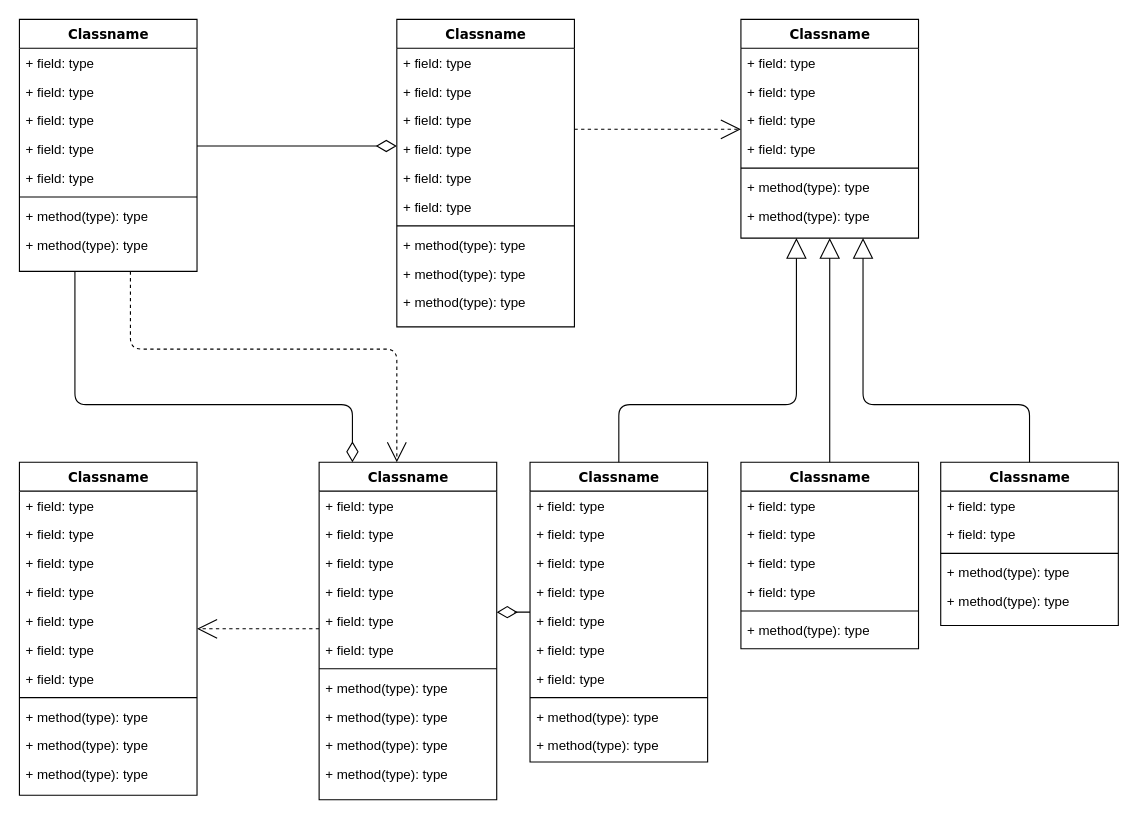
HumanPseudo/gitprueba keeps this draw.io diagram as test.drawio. Above is the earlier version. Source tidied: cells renumbered, new cells numbered last; positions are measured from the earlier drawing's top-left corner, leaving out a move shared by most shapes. Both pictures are drawn from the tidied source at 111%, with x=0, y=0 at pixel (19, 19).
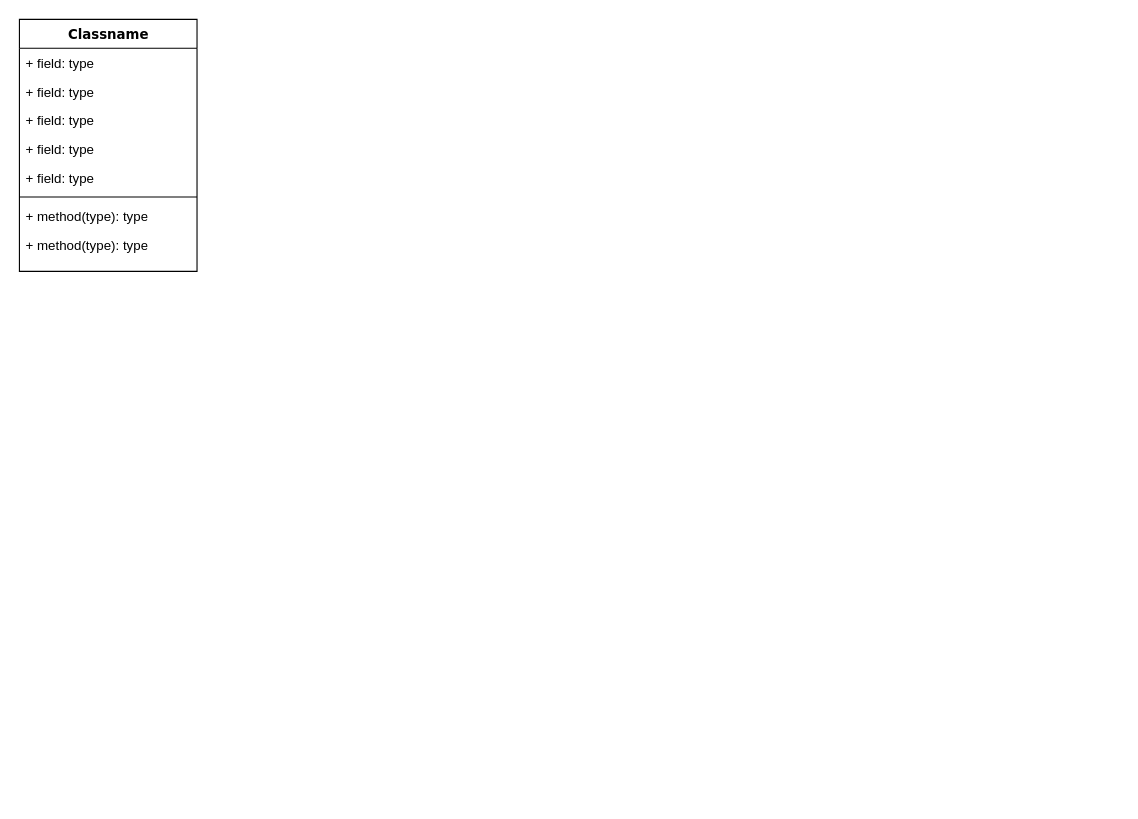
The same page after the edit.

The change refers to these unchanged cells:
```xml
<mxCell id="4" value="Classname" style="swimlane;html=1;fontStyle=1;align=center;verticalAlign=top;horizontal=1;startSize=26;swimlaneFillColor=#ffffff;rounded=0;shadow=0;comic=0;labelBackgroundColor=none;strokeWidth=1;fillColor=none;fontFamily=Verdana;fontSize=12;" parent="1" vertex="1">
  <mxGeometry width="160" height="227" as="geometry" />
</mxCell>
```

Diff of the diagram source:
```diff
@@
-    <mxCell id="2" style="edgeStyle=orthogonalEdgeStyle;html=1;labelBackgroundColor=none;startFill=0;startSize=8;endArrow=open;endFill=0;endSize=16;fontFamily=Verdana;fontSize=12;dashed=1;" parent="1" edge="1" source="4" target="47">
-      <mxGeometry relative="1" as="geometry">
-        <Array as="points">
-          <mxPoint x="100" y="297" />
-          <mxPoint x="340" y="297" />
-        </Array>
-      </mxGeometry>
-    </mxCell>
-    <mxCell id="3" style="edgeStyle=orthogonalEdgeStyle;html=1;labelBackgroundColor=none;startFill=0;startSize=8;endArrow=diamondThin;endFill=0;endSize=16;fontFamily=Verdana;fontSize=12;" parent="1" edge="1" source="4" target="47">
-      <mxGeometry relative="1" as="geometry">
-        <Array as="points">
-          <mxPoint x="50" y="347" />
-          <mxPoint x="300" y="347" />
-        </Array>
-      </mxGeometry>
-    </mxCell>
@@
-    <mxCell id="13" style="edgeStyle=elbowEdgeStyle;html=1;labelBackgroundColor=none;startFill=0;startSize=8;endArrow=open;endFill=0;endSize=16;fontFamily=Verdana;fontSize=12;elbow=vertical;dashed=1;" parent="1" edge="1" source="14" target="25">
-      <mxGeometry relative="1" as="geometry" />
-    </mxCell>
-    <mxCell id="14" value="Classname" style="swimlane;html=1;fontStyle=1;align=center;verticalAlign=top;horizontal=1;startSize=26;swimlaneFillColor=#ffffff;rounded=0;shadow=0;comic=0;labelBackgroundColor=none;strokeWidth=1;fillColor=none;fontFamily=Verdana;fontSize=12;" parent="1" vertex="1">
-      <mxGeometry x="340" width="160" height="277" as="geometry" />
-    </mxCell>
-    <mxCell id="15" value="+ field: type" style="text;html=1;strokeColor=none;fillColor=none;align=left;verticalAlign=top;spacingLeft=4;spacingRight=4;whiteSpace=wrap;overflow=hidden;" parent="14" vertex="1">
-      <mxGeometry y="26" width="160" height="26" as="geometry" />
-    </mxCell>
-    <mxCell id="16" value="+ field: type" style="text;html=1;strokeColor=none;fillColor=none;align=left;verticalAlign=top;spacingLeft=4;spacingRight=4;whiteSpace=wrap;overflow=hidden;" parent="14" vertex="1">
-      <mxGeometry y="52" width="160" height="26" as="geometry" />
-    </mxCell>
-    <mxCell id="17" value="+ field: type" style="text;html=1;strokeColor=none;fillColor=none;align=left;verticalAlign=top;spacingLeft=4;spacingRight=4;whiteSpace=wrap;overflow=hidden;" parent="14" vertex="1">
-      <mxGeometry y="78" width="160" height="26" as="geometry" />
-    </mxCell>
-    <mxCell id="18" value="+ field: type" style="text;html=1;strokeColor=none;fillColor=none;align=left;verticalAlign=top;spacingLeft=4;spacingRight=4;whiteSpace=wrap;overflow=hidden;" parent="14" vertex="1">
-      <mxGeometry y="104" width="160" height="26" as="geometry" />
-    </mxCell>
-    <mxCell id="19" value="+ field: type" style="text;html=1;strokeColor=none;fillColor=none;align=left;verticalAlign=top;spacingLeft=4;spacingRight=4;whiteSpace=wrap;overflow=hidden;" parent="14" vertex="1">
-      <mxGeometry y="130" width="160" height="26" as="geometry" />
-    </mxCell>
-    <mxCell id="20" value="+ field: type" style="text;html=1;strokeColor=none;fillColor=none;align=left;verticalAlign=top;spacingLeft=4;spacingRight=4;whiteSpace=wrap;overflow=hidden;" parent="14" vertex="1">
-      <mxGeometry y="156" width="160" height="26" as="geometry" />
-    </mxCell>
-    <mxCell id="21" style="line;html=1;strokeWidth=1;fillColor=none;align=left;verticalAlign=middle;spacingTop=-1;spacingLeft=3;spacingRight=3;labelPosition=right;" parent="14" vertex="1">
-      <mxGeometry y="182" width="160" height="8" as="geometry" />
-    </mxCell>
-    <mxCell id="22" value="+ method(type): type" style="text;html=1;strokeColor=none;fillColor=none;align=left;verticalAlign=top;spacingLeft=4;spacingRight=4;whiteSpace=wrap;overflow=hidden;" parent="14" vertex="1">
-      <mxGeometry y="190" width="160" height="26" as="geometry" />
-    </mxCell>
-    <mxCell id="23" value="+ method(type): type" style="text;html=1;strokeColor=none;fillColor=none;align=left;verticalAlign=top;spacingLeft=4;spacingRight=4;whiteSpace=wrap;overflow=hidden;" parent="14" vertex="1">
-      <mxGeometry y="216" width="160" height="26" as="geometry" />
-    </mxCell>
-    <mxCell id="24" value="+ method(type): type" style="text;html=1;strokeColor=none;fillColor=none;align=left;verticalAlign=top;spacingLeft=4;spacingRight=4;whiteSpace=wrap;overflow=hidden;" parent="14" vertex="1">
-      <mxGeometry y="242" width="160" height="26" as="geometry" />
-    </mxCell>
-    <mxCell id="25" value="Classname" style="swimlane;html=1;fontStyle=1;align=center;verticalAlign=top;horizontal=1;startSize=26;swimlaneFillColor=#ffffff;rounded=0;shadow=0;comic=0;labelBackgroundColor=none;strokeWidth=1;fillColor=none;fontFamily=Verdana;fontSize=12;" parent="1" vertex="1">
-      <mxGeometry x="650" width="160" height="197" as="geometry" />
-    </mxCell>
-    <mxCell id="26" value="+ field: type" style="text;html=1;strokeColor=none;fillColor=none;align=left;verticalAlign=top;spacingLeft=4;spacingRight=4;whiteSpace=wrap;overflow=hidden;" parent="25" vertex="1">
-      <mxGeometry y="26" width="160" height="26" as="geometry" />
-    </mxCell>
-    <mxCell id="27" value="+ field: type" style="text;html=1;strokeColor=none;fillColor=none;align=left;verticalAlign=top;spacingLeft=4;spacingRight=4;whiteSpace=wrap;overflow=hidden;" parent="25" vertex="1">
-      <mxGeometry y="52" width="160" height="26" as="geometry" />
-    </mxCell>
-    <mxCell id="28" value="+ field: type" style="text;html=1;strokeColor=none;fillColor=none;align=left;verticalAlign=top;spacingLeft=4;spacingRight=4;whiteSpace=wrap;overflow=hidden;" parent="25" vertex="1">
-      <mxGeometry y="78" width="160" height="26" as="geometry" />
-    </mxCell>
-    <mxCell id="29" value="+ field: type" style="text;html=1;strokeColor=none;fillColor=none;align=left;verticalAlign=top;spacingLeft=4;spacingRight=4;whiteSpace=wrap;overflow=hidden;" parent="25" vertex="1">
-      <mxGeometry y="104" width="160" height="26" as="geometry" />
-    </mxCell>
-    <mxCell id="30" style="line;html=1;strokeWidth=1;fillColor=none;align=left;verticalAlign=middle;spacingTop=-1;spacingLeft=3;spacingRight=3;labelPosition=right;" parent="25" vertex="1">
-      <mxGeometry y="130" width="160" height="8" as="geometry" />
-    </mxCell>
-    <mxCell id="31" value="+ method(type): type" style="text;html=1;strokeColor=none;fillColor=none;align=left;verticalAlign=top;spacingLeft=4;spacingRight=4;whiteSpace=wrap;overflow=hidden;" parent="25" vertex="1">
-      <mxGeometry y="138" width="160" height="26" as="geometry" />
-    </mxCell>
-    <mxCell id="32" value="+ method(type): type" style="text;html=1;strokeColor=none;fillColor=none;align=left;verticalAlign=top;spacingLeft=4;spacingRight=4;whiteSpace=wrap;overflow=hidden;" parent="25" vertex="1">
-      <mxGeometry y="164" width="160" height="26" as="geometry" />
-    </mxCell>
-    <mxCell id="33" style="edgeStyle=elbowEdgeStyle;html=1;labelBackgroundColor=none;startFill=0;startSize=8;endArrow=open;endFill=0;endSize=16;fontFamily=Verdana;fontSize=12;elbow=vertical;dashed=1;" parent="1" edge="1" source="47" target="34">
-      <mxGeometry relative="1" as="geometry" />
-    </mxCell>
-    <mxCell id="34" value="Classname" style="swimlane;html=1;fontStyle=1;align=center;verticalAlign=top;horizontal=1;startSize=26;swimlaneFillColor=#ffffff;rounded=0;shadow=0;comic=0;labelBackgroundColor=none;strokeWidth=1;fillColor=none;fontFamily=Verdana;fontSize=12;" parent="1" vertex="1">
-      <mxGeometry y="399" width="160" height="300" as="geometry" />
-    </mxCell>
-    <mxCell id="35" value="+ field: type" style="text;html=1;strokeColor=none;fillColor=none;align=left;verticalAlign=top;spacingLeft=4;spacingRight=4;whiteSpace=wrap;overflow=hidden;" parent="34" vertex="1">
-      <mxGeometry y="26" width="160" height="26" as="geometry" />
-    </mxCell>
-    <mxCell id="36" value="+ field: type" style="text;html=1;strokeColor=none;fillColor=none;align=left;verticalAlign=top;spacingLeft=4;spacingRight=4;whiteSpace=wrap;overflow=hidden;" parent="34" vertex="1">
-      <mxGeometry y="52" width="160" height="26" as="geometry" />
-    </mxCell>
-    <mxCell id="37" value="+ field: type" style="text;html=1;strokeColor=none;fillColor=none;align=left;verticalAlign=top;spacingLeft=4;spacingRight=4;whiteSpace=wrap;overflow=hidden;" parent="34" vertex="1">
-      <mxGeometry y="78" width="160" height="26" as="geometry" />
-    </mxCell>
-    <mxCell id="38" value="+ field: type" style="text;html=1;strokeColor=none;fillColor=none;align=left;verticalAlign=top;spacingLeft=4;spacingRight=4;whiteSpace=wrap;overflow=hidden;" parent="34" vertex="1">
-      <mxGeometry y="104" width="160" height="26" as="geometry" />
-    </mxCell>
-    <mxCell id="39" value="+ field: type" style="text;html=1;strokeColor=none;fillColor=none;align=left;verticalAlign=top;spacingLeft=4;spacingRight=4;whiteSpace=wrap;overflow=hidden;" parent="34" vertex="1">
-      <mxGeometry y="130" width="160" height="26" as="geometry" />
-    </mxCell>
-    <mxCell id="40" value="+ field: type" style="text;html=1;strokeColor=none;fillColor=none;align=left;verticalAlign=top;spacingLeft=4;spacingRight=4;whiteSpace=wrap;overflow=hidden;" parent="34" vertex="1">
-      <mxGeometry y="156" width="160" height="26" as="geometry" />
-    </mxCell>
-    <mxCell id="41" value="+ field: type" style="text;html=1;strokeColor=none;fillColor=none;align=left;verticalAlign=top;spacingLeft=4;spacingRight=4;whiteSpace=wrap;overflow=hidden;" parent="34" vertex="1">
-      <mxGeometry y="182" width="160" height="26" as="geometry" />
-    </mxCell>
-    <mxCell id="42" style="line;html=1;strokeWidth=1;fillColor=none;align=left;verticalAlign=middle;spacingTop=-1;spacingLeft=3;spacingRight=3;labelPosition=right;" parent="34" vertex="1">
-      <mxGeometry y="208" width="160" height="8" as="geometry" />
-    </mxCell>
-    <mxCell id="43" value="+ method(type): type" style="text;html=1;strokeColor=none;fillColor=none;align=left;verticalAlign=top;spacingLeft=4;spacingRight=4;whiteSpace=wrap;overflow=hidden;" parent="34" vertex="1">
-      <mxGeometry y="216" width="160" height="26" as="geometry" />
-    </mxCell>
-    <mxCell id="44" value="+ method(type): type" style="text;html=1;strokeColor=none;fillColor=none;align=left;verticalAlign=top;spacingLeft=4;spacingRight=4;whiteSpace=wrap;overflow=hidden;" parent="34" vertex="1">
-      <mxGeometry y="242" width="160" height="26" as="geometry" />
-    </mxCell>
-    <mxCell id="45" value="+ method(type): type" style="text;html=1;strokeColor=none;fillColor=none;align=left;verticalAlign=top;spacingLeft=4;spacingRight=4;whiteSpace=wrap;overflow=hidden;" parent="34" vertex="1">
-      <mxGeometry y="268" width="160" height="26" as="geometry" />
-    </mxCell>
-    <mxCell id="46" style="edgeStyle=elbowEdgeStyle;html=1;labelBackgroundColor=none;startFill=0;startSize=8;endArrow=diamondThin;endFill=0;endSize=16;fontFamily=Verdana;fontSize=12;elbow=vertical;" parent="1" edge="1" source="60" target="47">
-      <mxGeometry relative="1" as="geometry" />
-    </mxCell>
-    <mxCell id="47" value="Classname" style="swimlane;html=1;fontStyle=1;align=center;verticalAlign=top;horizontal=1;startSize=26;swimlaneFillColor=#ffffff;rounded=0;shadow=0;comic=0;labelBackgroundColor=none;strokeWidth=1;fillColor=none;fontFamily=Verdana;fontSize=12;" parent="1" vertex="1">
-      <mxGeometry x="270" y="399" width="160" height="304" as="geometry" />
-    </mxCell>
-    <mxCell id="48" value="+ field: type" style="text;html=1;strokeColor=none;fillColor=none;align=left;verticalAlign=top;spacingLeft=4;spacingRight=4;whiteSpace=wrap;overflow=hidden;" parent="47" vertex="1">
-      <mxGeometry y="26" width="160" height="26" as="geometry" />
-    </mxCell>
-    <mxCell id="49" value="+ field: type" style="text;html=1;strokeColor=none;fillColor=none;align=left;verticalAlign=top;spacingLeft=4;spacingRight=4;whiteSpace=wrap;overflow=hidden;" parent="47" vertex="1">
-      <mxGeometry y="52" width="160" height="26" as="geometry" />
-    </mxCell>
-    <mxCell id="50" value="+ field: type" style="text;html=1;strokeColor=none;fillColor=none;align=left;verticalAlign=top;spacingLeft=4;spacingRight=4;whiteSpace=wrap;overflow=hidden;" parent="47" vertex="1">
-      <mxGeometry y="78" width="160" height="26" as="geometry" />
-    </mxCell>
-    <mxCell id="51" value="+ field: type" style="text;html=1;strokeColor=none;fillColor=none;align=left;verticalAlign=top;spacingLeft=4;spacingRight=4;whiteSpace=wrap;overflow=hidden;" parent="47" vertex="1">
-      <mxGeometry y="104" width="160" height="26" as="geometry" />
-    </mxCell>
-    <mxCell id="52" value="+ field: type" style="text;html=1;strokeColor=none;fillColor=none;align=left;verticalAlign=top;spacingLeft=4;spacingRight=4;whiteSpace=wrap;overflow=hidden;" parent="47" vertex="1">
-      <mxGeometry y="130" width="160" height="26" as="geometry" />
-    </mxCell>
-    <mxCell id="53" value="+ field: type" style="text;html=1;strokeColor=none;fillColor=none;align=left;verticalAlign=top;spacingLeft=4;spacingRight=4;whiteSpace=wrap;overflow=hidden;" parent="47" vertex="1">
-      <mxGeometry y="156" width="160" height="26" as="geometry" />
-    </mxCell>
-    <mxCell id="54" style="line;html=1;strokeWidth=1;fillColor=none;align=left;verticalAlign=middle;spacingTop=-1;spacingLeft=3;spacingRight=3;labelPosition=right;" parent="47" vertex="1">
-      <mxGeometry y="182" width="160" height="8" as="geometry" />
-    </mxCell>
-    <mxCell id="55" value="+ method(type): type" style="text;html=1;strokeColor=none;fillColor=none;align=left;verticalAlign=top;spacingLeft=4;spacingRight=4;whiteSpace=wrap;overflow=hidden;" parent="47" vertex="1">
-      <mxGeometry y="190" width="160" height="26" as="geometry" />
-    </mxCell>
-    <mxCell id="56" value="+ method(type): type" style="text;html=1;strokeColor=none;fillColor=none;align=left;verticalAlign=top;spacingLeft=4;spacingRight=4;whiteSpace=wrap;overflow=hidden;" parent="47" vertex="1">
-      <mxGeometry y="216" width="160" height="26" as="geometry" />
-    </mxCell>
-    <mxCell id="57" value="+ method(type): type" style="text;html=1;strokeColor=none;fillColor=none;align=left;verticalAlign=top;spacingLeft=4;spacingRight=4;whiteSpace=wrap;overflow=hidden;" parent="47" vertex="1">
-      <mxGeometry y="242" width="160" height="26" as="geometry" />
-    </mxCell>
-    <mxCell id="58" value="+ method(type): type" style="text;html=1;strokeColor=none;fillColor=none;align=left;verticalAlign=top;spacingLeft=4;spacingRight=4;whiteSpace=wrap;overflow=hidden;" parent="47" vertex="1">
-      <mxGeometry y="268" width="160" height="26" as="geometry" />
-    </mxCell>
-    <mxCell id="59" style="edgeStyle=orthogonalEdgeStyle;html=1;labelBackgroundColor=none;startFill=0;startSize=8;endArrow=block;endFill=0;endSize=16;fontFamily=Verdana;fontSize=12;" parent="1" edge="1" source="60" target="25">
-      <mxGeometry relative="1" as="geometry">
-        <Array as="points">
-          <mxPoint x="540" y="347" />
-          <mxPoint x="700" y="347" />
-        </Array>
-      </mxGeometry>
-    </mxCell>
-    <mxCell id="60" value="Classname" style="swimlane;html=1;fontStyle=1;align=center;verticalAlign=top;horizontal=1;startSize=26;swimlaneFillColor=#ffffff;rounded=0;shadow=0;comic=0;labelBackgroundColor=none;strokeWidth=1;fillColor=none;fontFamily=Verdana;fontSize=12;" parent="1" vertex="1">
-      <mxGeometry x="460" y="399" width="160" height="270" as="geometry" />
-    </mxCell>
-    <mxCell id="61" value="+ field: type" style="text;html=1;strokeColor=none;fillColor=none;align=left;verticalAlign=top;spacingLeft=4;spacingRight=4;whiteSpace=wrap;overflow=hidden;" parent="60" vertex="1">
-      <mxGeometry y="26" width="160" height="26" as="geometry" />
-    </mxCell>
-    <mxCell id="62" value="+ field: type" style="text;html=1;strokeColor=none;fillColor=none;align=left;verticalAlign=top;spacingLeft=4;spacingRight=4;whiteSpace=wrap;overflow=hidden;" parent="60" vertex="1">
-      <mxGeometry y="52" width="160" height="26" as="geometry" />
-    </mxCell>
-    <mxCell id="63" value="+ field: type" style="text;html=1;strokeColor=none;fillColor=none;align=left;verticalAlign=top;spacingLeft=4;spacingRight=4;whiteSpace=wrap;overflow=hidden;" parent="60" vertex="1">
-      <mxGeometry y="78" width="160" height="26" as="geometry" />
-    </mxCell>
-    <mxCell id="64" value="+ field: type" style="text;html=1;strokeColor=none;fillColor=none;align=left;verticalAlign=top;spacingLeft=4;spacingRight=4;whiteSpace=wrap;overflow=hidden;" parent="60" vertex="1">
-      <mxGeometry y="104" width="160" height="26" as="geometry" />
-    </mxCell>
-    <mxCell id="65" value="+ field: type" style="text;html=1;strokeColor=none;fillColor=none;align=left;verticalAlign=top;spacingLeft=4;spacingRight=4;whiteSpace=wrap;overflow=hidden;" parent="60" vertex="1">
-      <mxGeometry y="130" width="160" height="26" as="geometry" />
-    </mxCell>
-    <mxCell id="66" value="+ field: type" style="text;html=1;strokeColor=none;fillColor=none;align=left;verticalAlign=top;spacingLeft=4;spacingRight=4;whiteSpace=wrap;overflow=hidden;" parent="60" vertex="1">
-      <mxGeometry y="156" width="160" height="26" as="geometry" />
-    </mxCell>
-    <mxCell id="67" value="+ field: type" style="text;html=1;strokeColor=none;fillColor=none;align=left;verticalAlign=top;spacingLeft=4;spacingRight=4;whiteSpace=wrap;overflow=hidden;" parent="60" vertex="1">
-      <mxGeometry y="182" width="160" height="26" as="geometry" />
-    </mxCell>
-    <mxCell id="68" style="line;html=1;strokeWidth=1;fillColor=none;align=left;verticalAlign=middle;spacingTop=-1;spacingLeft=3;spacingRight=3;labelPosition=right;" parent="60" vertex="1">
-      <mxGeometry y="208" width="160" height="8" as="geometry" />
-    </mxCell>
-    <mxCell id="69" value="+ method(type): type" style="text;html=1;strokeColor=none;fillColor=none;align=left;verticalAlign=top;spacingLeft=4;spacingRight=4;whiteSpace=wrap;overflow=hidden;" parent="60" vertex="1">
-      <mxGeometry y="216" width="160" height="26" as="geometry" />
-    </mxCell>
-    <mxCell id="70" value="+ method(type): type" style="text;html=1;strokeColor=none;fillColor=none;align=left;verticalAlign=top;spacingLeft=4;spacingRight=4;whiteSpace=wrap;overflow=hidden;" parent="60" vertex="1">
-      <mxGeometry y="242" width="160" height="26" as="geometry" />
-    </mxCell>
-    <mxCell id="71" style="edgeStyle=orthogonalEdgeStyle;html=1;labelBackgroundColor=none;startFill=0;startSize=8;endArrow=block;endFill=0;endSize=16;fontFamily=Verdana;fontSize=12;" parent="1" edge="1" source="72" target="25">
-      <mxGeometry relative="1" as="geometry" />
-    </mxCell>
-    <mxCell id="72" value="Classname" style="swimlane;html=1;fontStyle=1;align=center;verticalAlign=top;horizontal=1;startSize=26;swimlaneFillColor=#ffffff;rounded=0;shadow=0;comic=0;labelBackgroundColor=none;strokeWidth=1;fillColor=none;fontFamily=Verdana;fontSize=12;" parent="1" vertex="1">
-      <mxGeometry x="650" y="399" width="160" height="168" as="geometry" />
-    </mxCell>
-    <mxCell id="73" value="+ field: type" style="text;html=1;strokeColor=none;fillColor=none;align=left;verticalAlign=top;spacingLeft=4;spacingRight=4;whiteSpace=wrap;overflow=hidden;" parent="72" vertex="1">
-      <mxGeometry y="26" width="160" height="26" as="geometry" />
-    </mxCell>
-    <mxCell id="74" value="+ field: type" style="text;html=1;strokeColor=none;fillColor=none;align=left;verticalAlign=top;spacingLeft=4;spacingRight=4;whiteSpace=wrap;overflow=hidden;" parent="72" vertex="1">
-      <mxGeometry y="52" width="160" height="26" as="geometry" />
-    </mxCell>
-    <mxCell id="75" value="+ field: type" style="text;html=1;strokeColor=none;fillColor=none;align=left;verticalAlign=top;spacingLeft=4;spacingRight=4;whiteSpace=wrap;overflow=hidden;" parent="72" vertex="1">
-      <mxGeometry y="78" width="160" height="26" as="geometry" />
-    </mxCell>
-    <mxCell id="76" value="+ field: type" style="text;html=1;strokeColor=none;fillColor=none;align=left;verticalAlign=top;spacingLeft=4;spacingRight=4;whiteSpace=wrap;overflow=hidden;" parent="72" vertex="1">
-      <mxGeometry y="104" width="160" height="26" as="geometry" />
-    </mxCell>
-    <mxCell id="77" style="line;html=1;strokeWidth=1;fillColor=none;align=left;verticalAlign=middle;spacingTop=-1;spacingLeft=3;spacingRight=3;labelPosition=right;" parent="72" vertex="1">
-      <mxGeometry y="130" width="160" height="8" as="geometry" />
-    </mxCell>
-    <mxCell id="78" value="+ method(type): type" style="text;html=1;strokeColor=none;fillColor=none;align=left;verticalAlign=top;spacingLeft=4;spacingRight=4;whiteSpace=wrap;overflow=hidden;" parent="72" vertex="1">
-      <mxGeometry y="138" width="160" height="26" as="geometry" />
-    </mxCell>
-    <mxCell id="79" style="edgeStyle=orthogonalEdgeStyle;html=1;labelBackgroundColor=none;startFill=0;startSize=8;endArrow=block;endFill=0;endSize=16;fontFamily=Verdana;fontSize=12;" parent="1" edge="1" source="80" target="25">
-      <mxGeometry relative="1" as="geometry">
-        <Array as="points">
-          <mxPoint x="910" y="347" />
-          <mxPoint x="760" y="347" />
-        </Array>
-      </mxGeometry>
-    </mxCell>
-    <mxCell id="80" value="Classname" style="swimlane;html=1;fontStyle=1;align=center;verticalAlign=top;horizontal=1;startSize=26;swimlaneFillColor=#ffffff;rounded=0;shadow=0;comic=0;labelBackgroundColor=none;strokeWidth=1;fillColor=none;fontFamily=Verdana;fontSize=12;" parent="1" vertex="1">
-      <mxGeometry x="830" y="399" width="160" height="147" as="geometry" />
-    </mxCell>
-    <mxCell id="81" value="+ field: type" style="text;html=1;strokeColor=none;fillColor=none;align=left;verticalAlign=top;spacingLeft=4;spacingRight=4;whiteSpace=wrap;overflow=hidden;" parent="80" vertex="1">
-      <mxGeometry y="26" width="160" height="26" as="geometry" />
-    </mxCell>
-    <mxCell id="82" value="+ field: type" style="text;html=1;strokeColor=none;fillColor=none;align=left;verticalAlign=top;spacingLeft=4;spacingRight=4;whiteSpace=wrap;overflow=hidden;" parent="80" vertex="1">
-      <mxGeometry y="52" width="160" height="26" as="geometry" />
-    </mxCell>
-    <mxCell id="83" style="line;html=1;strokeWidth=1;fillColor=none;align=left;verticalAlign=middle;spacingTop=-1;spacingLeft=3;spacingRight=3;labelPosition=right;" parent="80" vertex="1">
-      <mxGeometry y="78" width="160" height="8" as="geometry" />
-    </mxCell>
-    <mxCell id="84" value="+ method(type): type" style="text;html=1;strokeColor=none;fillColor=none;align=left;verticalAlign=top;spacingLeft=4;spacingRight=4;whiteSpace=wrap;overflow=hidden;" parent="80" vertex="1">
-      <mxGeometry y="86" width="160" height="26" as="geometry" />
-    </mxCell>
-    <mxCell id="85" value="+ method(type): type" style="text;html=1;strokeColor=none;fillColor=none;align=left;verticalAlign=top;spacingLeft=4;spacingRight=4;whiteSpace=wrap;overflow=hidden;" parent="80" vertex="1">
-      <mxGeometry y="112" width="160" height="26" as="geometry" />
-    </mxCell>
-    <mxCell id="86" style="edgeStyle=elbowEdgeStyle;html=1;labelBackgroundColor=none;startFill=0;startSize=8;endArrow=diamondThin;endFill=0;endSize=16;fontFamily=Verdana;fontSize=12;elbow=vertical;" parent="1" edge="1" source="4" target="14">
-      <mxGeometry relative="1" as="geometry" />
-    </mxCell>
```
